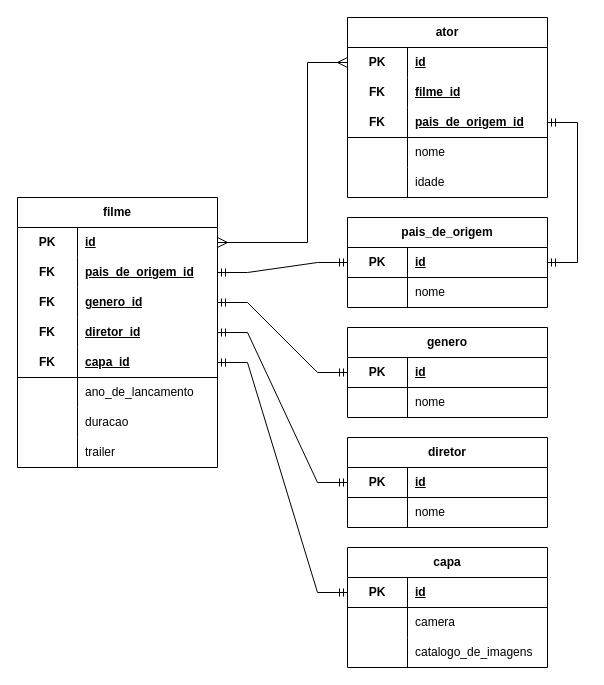
Earlier version of the draw.io diagram db.drawio (codespearhead/senai-ios). Source tidied: cells renumbered, new cells numbered last; positions are measured from the earlier drawing's top-left corner, leaving out a move shared by most shapes. Both pictures are drawn from the tidied source at 100%, with x=0, y=0 at pixel (17, 17).
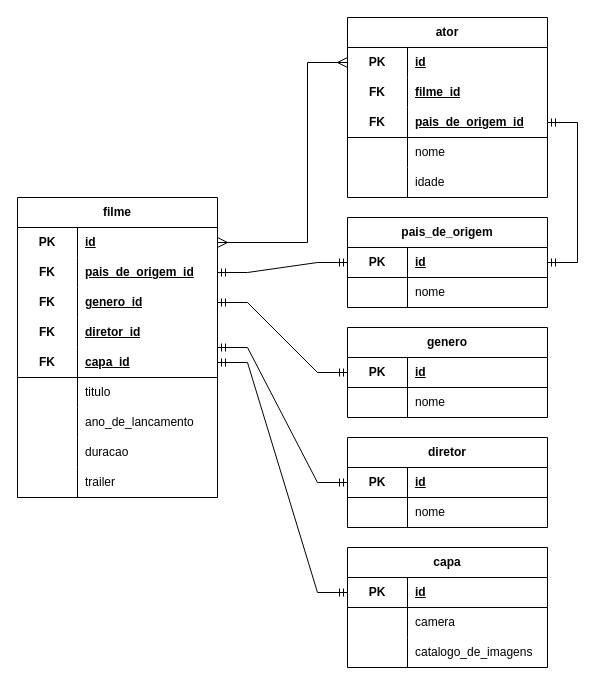
The same diagram, later.

Commit message (it also covers changes not shown here):
fix: adiciona titulo do filme

What changed in the source:
```diff
@@
     <mxCell id="5" value="filme" style="shape=table;startSize=30;childLayout=tableLayout;rowLines=0;fontStyle=1;align=center;html=1;whiteSpace=wrap;" parent="1" vertex="1">
-      <mxGeometry y="180" width="200" height="270" as="geometry" />
+      <mxGeometry y="180" width="200" height="300" as="geometry" />
     </mxCell>
@@
+    <mxCell id="80" style="shape=tableRow;horizontal=0;startSize=0;swimlaneHead=0;swimlaneBody=0;fillColor=none;top=0;left=0;right=0;bottom=0;html=1;" parent="5" vertex="1">
+      <mxGeometry y="180" width="200" height="30" as="geometry" />
+    </mxCell>
+    <mxCell id="81" style="shape=partialRectangle;fillColor=none;top=0;left=0;bottom=0;right=0;overflow=hidden;html=1;whiteSpace=wrap;" parent="80" vertex="1">
+      <mxGeometry width="60" height="30" as="geometry" />
+    </mxCell>
+    <mxCell id="82" value="titulo" style="shape=partialRectangle;fillColor=none;top=0;left=0;bottom=0;right=0;align=left;spacingLeft=6;overflow=hidden;html=1;whiteSpace=wrap;" parent="80" vertex="1">
+      <mxGeometry x="60" width="140" height="30" as="geometry" />
+    </mxCell>
     <mxCell id="21" style="shape=tableRow;horizontal=0;startSize=0;swimlaneHead=0;swimlaneBody=0;fillColor=none;top=0;left=0;right=0;bottom=0;html=1;" parent="5" vertex="1">
-      <mxGeometry y="180" width="200" height="30" as="geometry" />
+      <mxGeometry y="210" width="200" height="30" as="geometry" />
     </mxCell>
@@
     <mxCell id="24" style="shape=tableRow;horizontal=0;startSize=0;swimlaneHead=0;swimlaneBody=0;fillColor=none;top=0;left=0;right=0;bottom=0;html=1;" parent="5" vertex="1">
-      <mxGeometry y="210" width="200" height="30" as="geometry" />
+      <mxGeometry y="240" width="200" height="30" as="geometry" />
     </mxCell>
@@
     <mxCell id="27" style="shape=tableRow;horizontal=0;startSize=0;swimlaneHead=0;swimlaneBody=0;fillColor=none;top=0;left=0;right=0;bottom=0;html=1;" parent="5" vertex="1">
-      <mxGeometry y="240" width="200" height="30" as="geometry" />
+      <mxGeometry y="270" width="200" height="30" as="geometry" />
     </mxCell>
```
